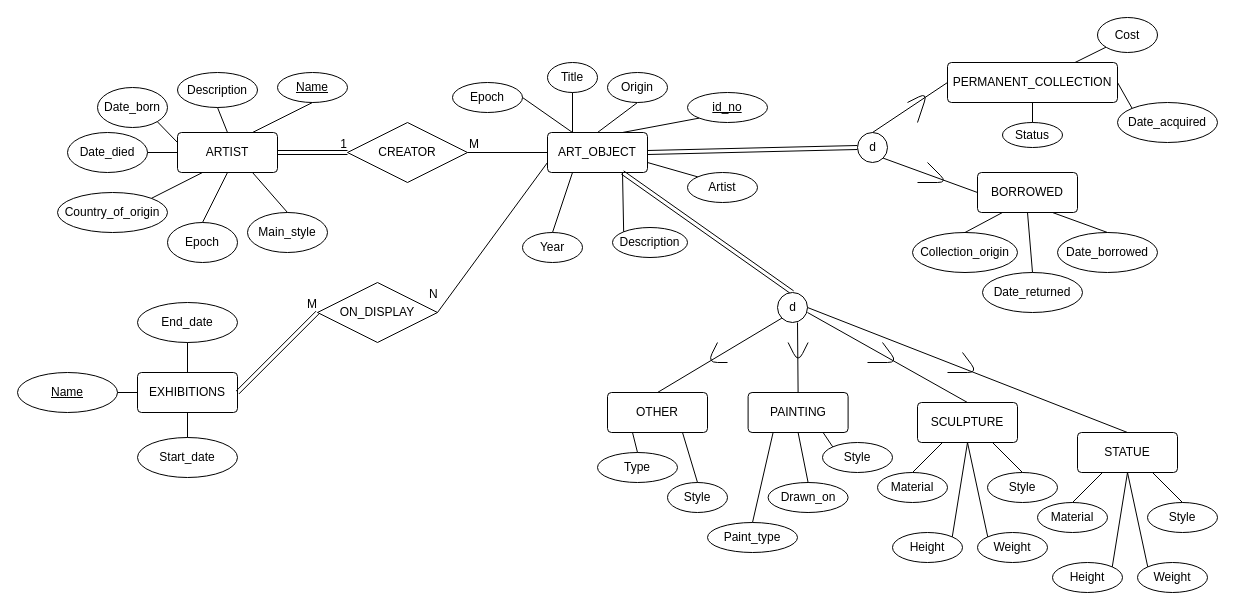
Above: musemEER.drawio in aryan-karadia/Museum-SQL-Project (draw.io), before the change. Source tidied: cells renumbered, new cells numbered last; positions are measured from the earlier drawing's top-left corner, leaving out a move shared by most shapes. Both pictures are drawn from the tidied source at 100%, with x=0, y=0 at pixel (17, 17).
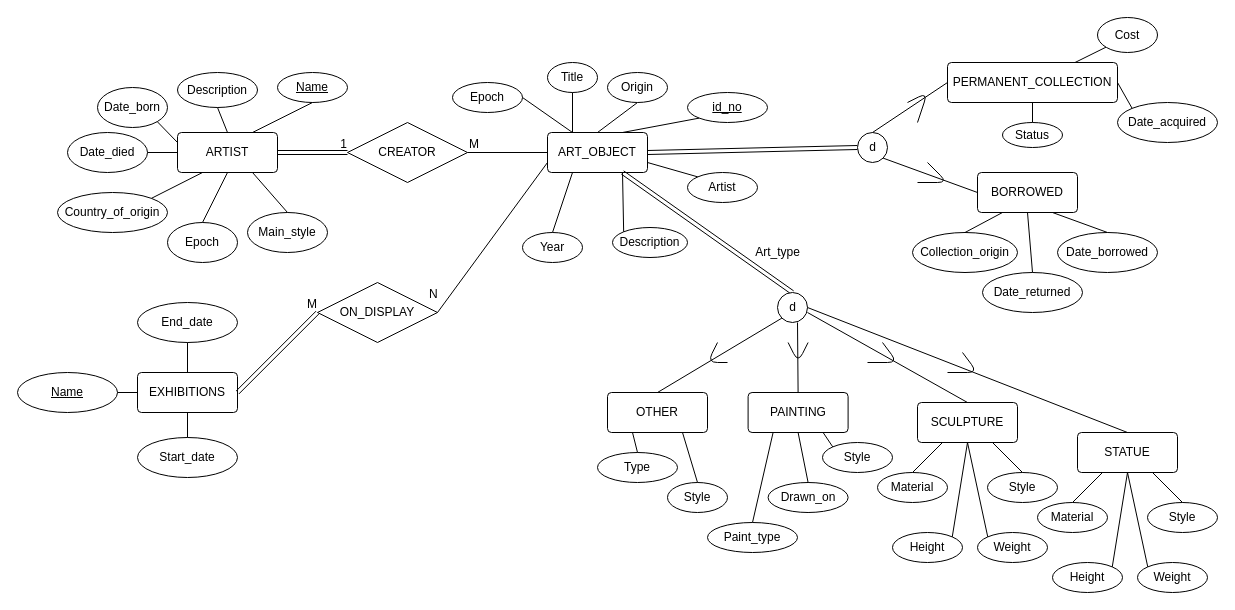
Above is the later version.

Commit message:
Art_type attribute-defined specialization

Diff of the diagram source:
```diff
@@
+    <mxCell id="113" value="Art_type" style="text;html=1;align=center;verticalAlign=middle;strokeColor=none;fillColor=none;" parent="1" vertex="1">
+      <mxGeometry x="730" y="225" width="60" height="20" as="geometry" />
+    </mxCell>
```
